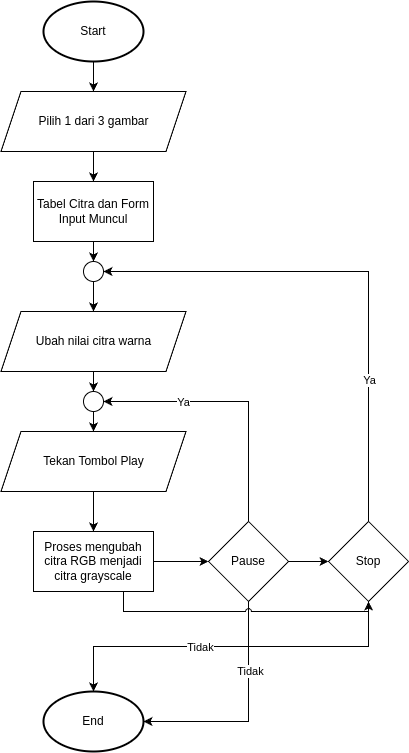
This is images/flowchart-grayscale.png from rahmatardiansyah/template-skripsi, a draw.io export, as it was before one commit. Source tidied: cells renumbered, new cells last; positions are measured from the earlier drawing's top-left corner, leaving out a move shared by most shapes.
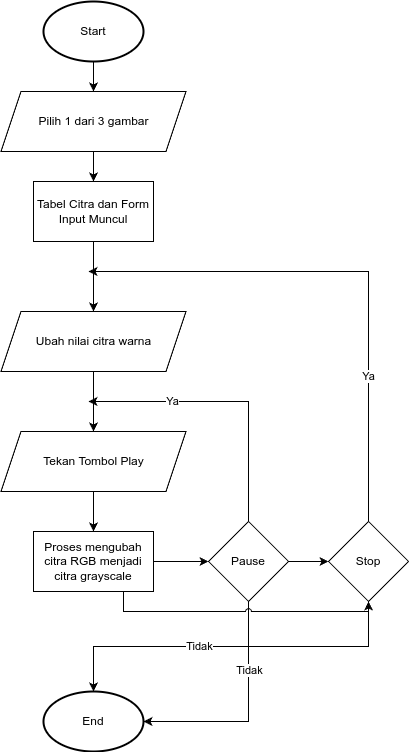
Above is the later version.

What changed in the source:
```diff
@@ -17,21 +17,21 @@
     <mxCell id="6" value="Pilih 1 dari 3 gambar" style="shape=parallelogram;perimeter=parallelogramPerimeter;whiteSpace=wrap;html=1;fixedSize=1;" parent="1" vertex="1">
       <mxGeometry x="0.5" y="90" width="185" height="60" as="geometry" />
     </mxCell>
-    <mxCell id="7" style="edgeStyle=orthogonalEdgeStyle;rounded=0;jettySize=auto;html=1;entryX=0.5;entryY=0;entryDx=0;entryDy=0;exitX=0.5;exitY=1;exitDx=0;exitDy=0;" parent="1" edge="1" source="21" target="12">
-      <mxGeometry relative="1" as="geometry" />
-    </mxCell>
-    <mxCell id="8" style="edgeStyle=orthogonalEdgeStyle;rounded=0;jettySize=auto;html=1;exitX=0.5;exitY=1;exitDx=0;exitDy=0;entryX=0.5;entryY=0;entryDx=0;entryDy=0;" parent="1" edge="1" source="9" target="21">
+    <mxCell id="8" style="edgeStyle=orthogonalEdgeStyle;rounded=0;jettySize=auto;html=1;exitX=0.5;exitY=1;exitDx=0;exitDy=0;entryX=0.5;entryY=0;entryDx=0;entryDy=0;" parent="1" edge="1" source="9" target="12">
       <mxGeometry relative="1" as="geometry" />
     </mxCell>
     <mxCell id="9" value="Tabel Citra dan Form Input Muncul" style="rounded=0;whiteSpace=wrap;html=1;" parent="1" vertex="1">
       <mxGeometry x="33" y="180" width="120" height="60" as="geometry" />
     </mxCell>
-    <mxCell id="10" style="edgeStyle=orthogonalEdgeStyle;rounded=0;jettySize=auto;html=1;exitX=0.5;exitY=1;exitDx=0;exitDy=0;entryX=0.5;entryY=0;entryDx=0;entryDy=0;" parent="1" edge="1" source="24" target="14">
-      <mxGeometry relative="1" as="geometry" />
+    <mxCell id="10" style="edgeStyle=orthogonalEdgeStyle;rounded=0;jettySize=auto;html=1;exitX=0.5;exitY=1;exitDx=0;exitDy=0;entryX=0.5;entryY=0;entryDx=0;entryDy=0;" parent="1" edge="1" target="14">
+      <mxGeometry relative="1" as="geometry">
+        <mxPoint x="93" y="410" as="sourcePoint" />
+        <Array as="points">
+          <mxPoint x="93" y="370" />
+          <mxPoint x="93" y="370" />
+        </Array>
+      </mxGeometry>
     </mxCell>
-    <mxCell id="11" style="edgeStyle=orthogonalEdgeStyle;rounded=0;jettySize=auto;html=1;exitX=0.5;exitY=1;exitDx=0;exitDy=0;entryX=0.5;entryY=0;entryDx=0;entryDy=0;" parent="1" edge="1" source="12" target="24">
-      <mxGeometry relative="1" as="geometry" />
-    </mxCell>
     <mxCell id="12" value="Ubah nilai citra warna" style="shape=parallelogram;perimeter=parallelogramPerimeter;whiteSpace=wrap;html=1;fixedSize=1;" parent="1" vertex="1">
       <mxGeometry x="0.5" y="310" width="185" height="60" as="geometry" />
     </mxCell>
@@ -47,8 +47,13 @@
     <mxCell id="16" value="Proses mengubah citra RGB menjadi citra grayscale" style="rounded=0;whiteSpace=wrap;html=1;" parent="1" vertex="1">
       <mxGeometry x="33" y="530" width="120" height="60" as="geometry" />
     </mxCell>
-    <mxCell id="17" style="edgeStyle=orthogonalEdgeStyle;rounded=0;jettySize=auto;html=1;exitX=0.5;exitY=0;exitDx=0;exitDy=0;entryX=1;entryY=0.5;entryDx=0;entryDy=0;" parent="1" edge="1" source="20" target="24">
-      <mxGeometry relative="1" as="geometry" />
+    <mxCell id="17" style="edgeStyle=orthogonalEdgeStyle;rounded=0;jettySize=auto;html=1;exitX=0.5;exitY=0;exitDx=0;exitDy=0;" parent="1" edge="1" source="20">
+      <mxGeometry relative="1" as="geometry">
+        <mxPoint x="88" y="400" as="targetPoint" />
+        <Array as="points">
+          <mxPoint x="248" y="400" />
+        </Array>
+      </mxGeometry>
     </mxCell>
     <mxCell id="18" value="Ya" style="edgeLabel;html=1;align=center;verticalAlign=middle;" parent="17" vertex="1">
       <mxGeometry x="0.4" relative="1" as="geometry" />
@@ -59,20 +64,19 @@
     <mxCell id="20" value="Pause" style="rhombus;whiteSpace=wrap;html=1;" parent="1" vertex="1">
       <mxGeometry x="208" y="520" width="80" height="80" as="geometry" />
     </mxCell>
-    <mxCell id="21" style="ellipse;whiteSpace=wrap;html=1;" parent="1" vertex="1">
-      <mxGeometry x="83" y="260" width="20" height="20" as="geometry" />
-    </mxCell>
     <mxCell id="22" style="edgeStyle=orthogonalEdgeStyle;rounded=0;jettySize=auto;html=1;exitX=0.5;exitY=1;exitDx=0;exitDy=0;entryX=1;entryY=0.5;entryDx=0;entryDy=0;entryPerimeter=0;" parent="1" edge="1" source="20" target="4">
       <mxGeometry relative="1" as="geometry" />
     </mxCell>
     <mxCell id="23" value="Tidak" style="edgeLabel;html=1;align=center;verticalAlign=middle;" parent="22" vertex="1">
       <mxGeometry x="-0.39" y="1" relative="1" as="geometry" />
     </mxCell>
-    <mxCell id="24" style="ellipse;whiteSpace=wrap;html=1;" parent="1" vertex="1">
-      <mxGeometry x="83" y="390" width="20" height="20" as="geometry" />
-    </mxCell>
-    <mxCell id="25" style="edgeStyle=orthogonalEdgeStyle;rounded=0;jettySize=auto;html=1;exitX=0.5;exitY=0;exitDx=0;exitDy=0;entryX=1;entryY=0.5;entryDx=0;entryDy=0;" parent="1" edge="1" source="27" target="21">
-      <mxGeometry relative="1" as="geometry" />
+    <mxCell id="25" style="edgeStyle=orthogonalEdgeStyle;rounded=0;jettySize=auto;html=1;exitX=0.5;exitY=0;exitDx=0;exitDy=0;" parent="1" edge="1" source="27">
+      <mxGeometry relative="1" as="geometry">
+        <mxPoint x="88" y="270" as="targetPoint" />
+        <Array as="points">
+          <mxPoint x="368" y="270" />
+        </Array>
+      </mxGeometry>
     </mxCell>
     <mxCell id="26" value="Ya" style="edgeLabel;html=1;align=center;verticalAlign=middle;" parent="25" vertex="1">
       <mxGeometry x="-0.45" relative="1" as="geometry" />
```
